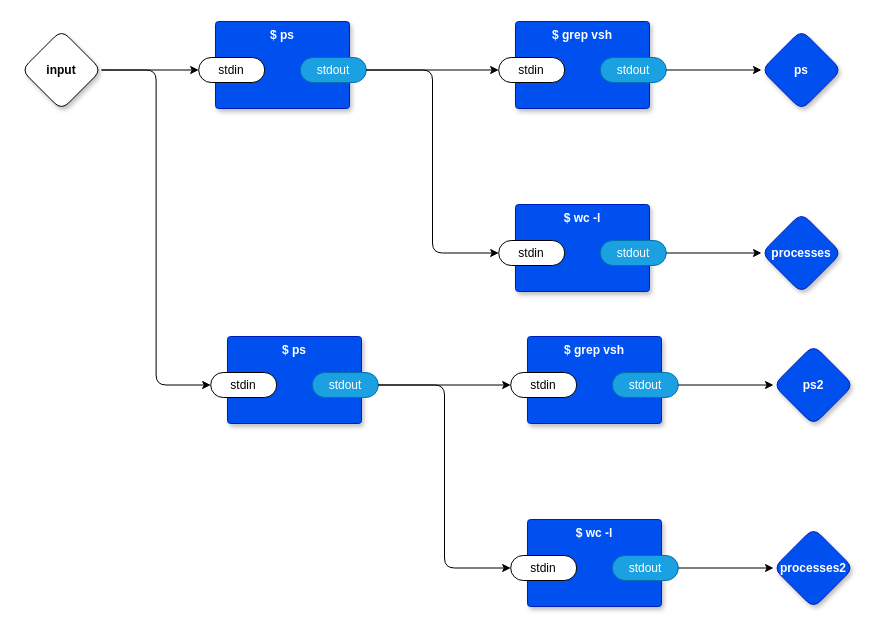
Above: page "main" (1 of 3) of vsh.drawio in guitarvydas/odin0d (draw.io), before the change. Source tidied: cells renumbered, new cells numbered last; positions are measured from the earlier drawing's top-left corner, leaving out a move shared by most shapes. Both pictures are drawn from the tidied source at 100%, with x=0, y=0 at pixel (21, 21).
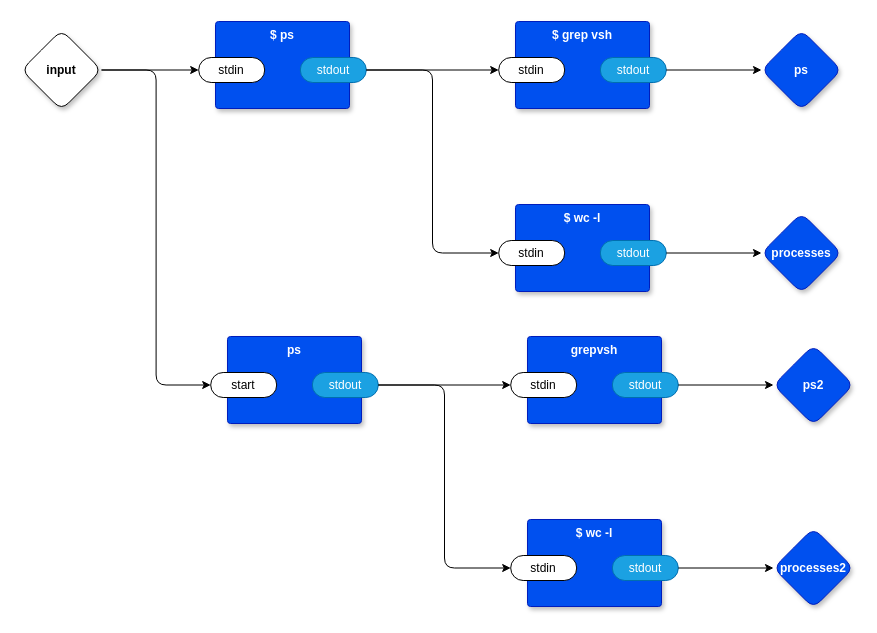
Above is the later version.

Commit message (it also covers changes not shown here):
hard_coded ps and grepvsh

Change to the diagram source:
```diff
@@
-    <mxCell id="21" value="$ ps" style="rounded=1;whiteSpace=wrap;html=1;sketch=0;verticalAlign=top;arcSize=6;fontStyle=1;absoluteArcSize=1;shadow=1;strokeColor=#001DBC;fillColor=#0050ef;fontColor=#ffffff;" parent="1" vertex="1">
+    <mxCell id="21" value="ps" style="rounded=1;whiteSpace=wrap;html=1;sketch=0;verticalAlign=top;arcSize=6;fontStyle=1;absoluteArcSize=1;shadow=1;strokeColor=#001DBC;fillColor=#0050ef;fontColor=#ffffff;" parent="1" vertex="1">
       <mxGeometry x="206" y="315" width="134" height="87" as="geometry" />
     </mxCell>
-    <mxCell id="22" value="stdin" style="rounded=1;whiteSpace=wrap;html=1;sketch=0;points=[[0,0.5,0,0,0],[1,0.5,0,0,0]];arcSize=50;" parent="21" vertex="1">
+    <mxCell id="22" value="start" style="rounded=1;whiteSpace=wrap;html=1;sketch=0;points=[[0,0.5,0,0,0],[1,0.5,0,0,0]];arcSize=50;" parent="21" vertex="1">
       <mxGeometry x="-16.8" y="36" width="66" height="25" as="geometry" />
     </mxCell>
@@
-    <mxCell id="24" value="$ grep vsh" style="rounded=1;whiteSpace=wrap;html=1;sketch=0;verticalAlign=top;arcSize=6;fontStyle=1;absoluteArcSize=1;shadow=1;strokeColor=#001DBC;fillColor=#0050ef;fontColor=#ffffff;" parent="1" vertex="1">
+    <mxCell id="24" value="grepvsh" style="rounded=1;whiteSpace=wrap;html=1;sketch=0;verticalAlign=top;arcSize=6;fontStyle=1;absoluteArcSize=1;shadow=1;strokeColor=#001DBC;fillColor=#0050ef;fontColor=#ffffff;" parent="1" vertex="1">
       <mxGeometry x="506" y="315" width="134" height="87" as="geometry" />
     </mxCell>
```
